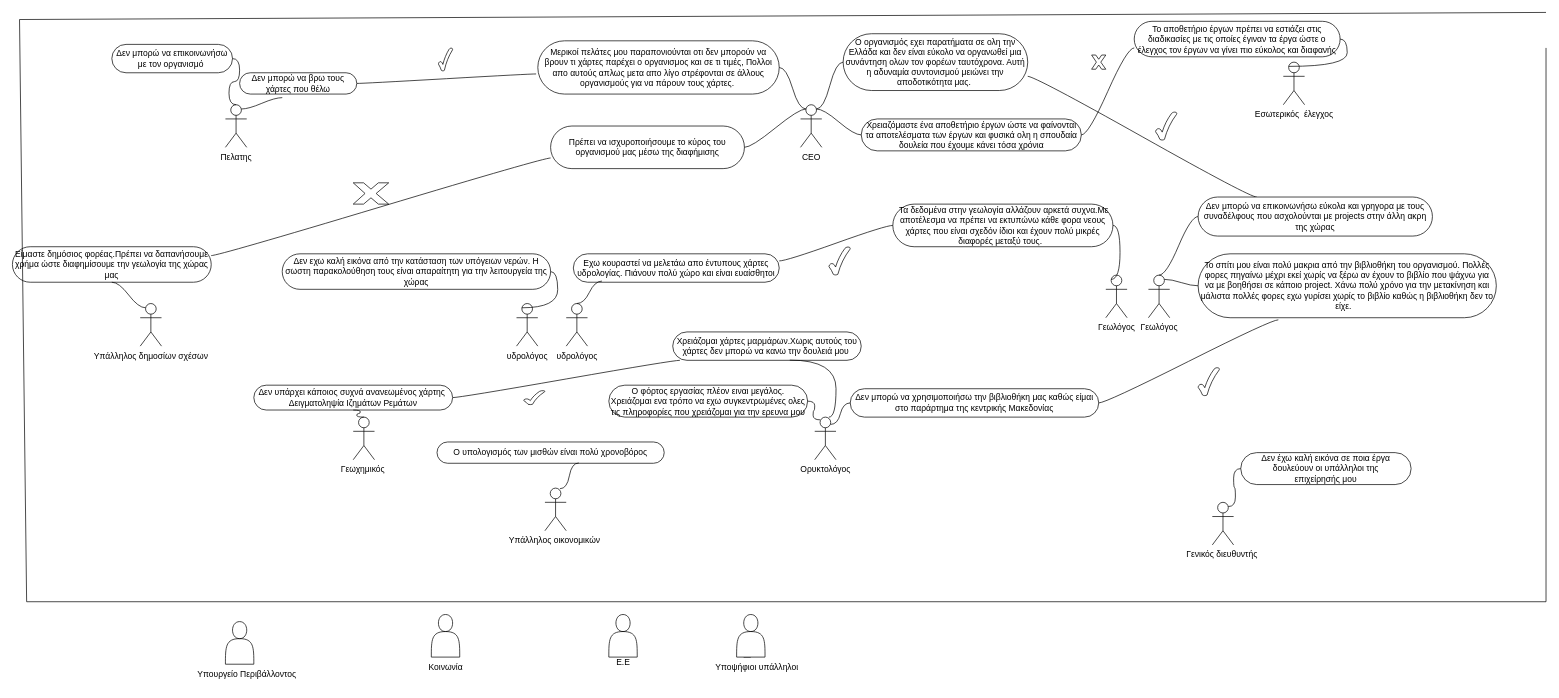
This is Ανώνυμο διάγραμμα.drawio from vag4me/Information_system, a draw.io file, before an edit. Source tidied: cells renumbered, new cells numbered last; positions are measured from the earlier drawing's top-left corner, leaving out a move shared by most shapes. Both pictures are drawn from the tidied source at 71%, with x=0, y=0 at pixel (12, 12).
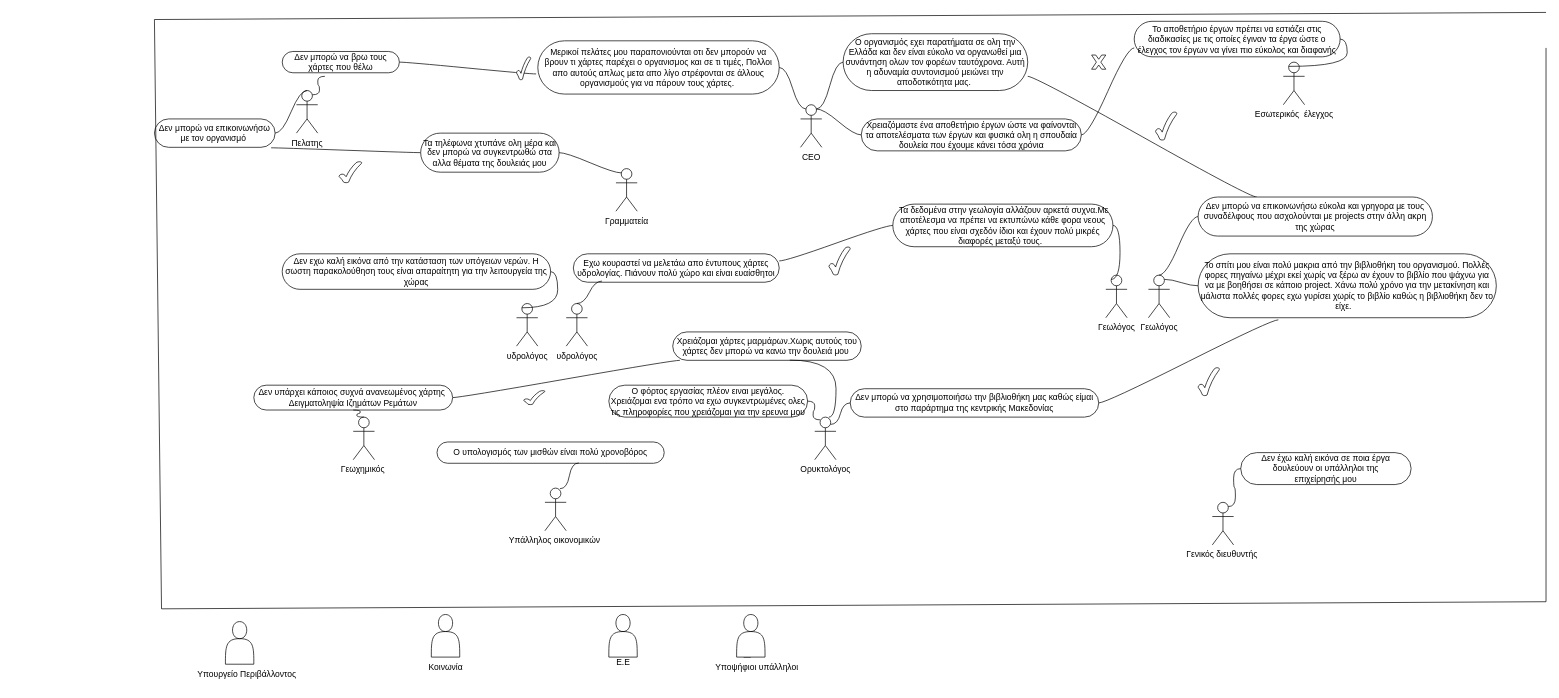
After the change.

Unchanged cells that the change refers to:
```xml
<mxCell id="2" value="CEO" style="shape=umlActor;verticalLabelPosition=bottom;verticalAlign=top;html=1;" parent="1" vertex="1">
  <mxGeometry x="1110" y="130" width="30" height="60" as="geometry" />
</mxCell>
```

Diff of the diagram source:
```diff
@@
     <mxCell id="32" value="Πελατης" style="shape=umlActor;verticalLabelPosition=bottom;verticalAlign=top;html=1;" parent="1" vertex="1">
-      <mxGeometry x="300" y="130" width="30" height="60" as="geometry" />
+      <mxGeometry x="400" y="110" width="30" height="60" as="geometry" />
     </mxCell>
     <mxCell id="33" value="Δεν μπορώ να επικοινωνήσω με τον οργανισμό&amp;nbsp;" style="whiteSpace=wrap;html=1;rounded=1;arcSize=50;align=center;verticalAlign=middle;strokeWidth=1;spacing=4;newEdgeStyle={&quot;edgeStyle&quot;:&quot;entityRelationEdgeStyle&quot;,&quot;startArrow&quot;:&quot;none&quot;,&quot;endArrow&quot;:&quot;none&quot;,&quot;segment&quot;:10,&quot;curved&quot;:1,&quot;sourcePerimeterSpacing&quot;:0,&quot;targetPerimeterSpacing&quot;:0};" parent="1" vertex="1">
-      <mxGeometry x="140" y="45" width="170" height="40" as="geometry" />
+      <mxGeometry x="200" y="150" width="170" height="40" as="geometry" />
     </mxCell>
@@
     <mxCell id="36" value="Δεν μπορώ να βρω τους χάρτες που θέλω" style="whiteSpace=wrap;html=1;rounded=1;arcSize=50;align=center;verticalAlign=middle;strokeWidth=1;spacing=4;newEdgeStyle={&quot;edgeStyle&quot;:&quot;entityRelationEdgeStyle&quot;,&quot;startArrow&quot;:&quot;none&quot;,&quot;endArrow&quot;:&quot;none&quot;,&quot;segment&quot;:10,&quot;curved&quot;:1,&quot;sourcePerimeterSpacing&quot;:0,&quot;targetPerimeterSpacing&quot;:0};" parent="1" vertex="1">
-      <mxGeometry x="320" y="85" width="165" height="30" as="geometry" />
+      <mxGeometry x="380" y="55" width="165" height="30" as="geometry" />
     </mxCell>
@@
-    <mxCell id="38" value="Υπάλληλος δημοσίων σχέσων" style="shape=umlActor;verticalLabelPosition=bottom;verticalAlign=top;html=1;" parent="1" vertex="1">
-      <mxGeometry x="180" y="410" width="30" height="60" as="geometry" />
-    </mxCell>
     <mxCell id="39" style="verticalLabelPosition=bottom;verticalAlign=top;html=1;shape=mxgraph.basic.tick;" parent="1" vertex="1">
-      <mxGeometry x="600" y="50" width="20" height="32.5" as="geometry" />
+      <mxGeometry x="710" y="62.5" width="20" height="32.5" as="geometry" />
     </mxCell>
-    <mxCell id="40" style="edgeStyle=entityRelationEdgeStyle;rounded=0;jettySize=auto;html=1;startArrow=none;endArrow=none;segment=10;curved=1;sourcePerimeterSpacing=0;targetPerimeterSpacing=0;exitX=1;exitY=0.25;exitDx=0;exitDy=0;entryX=0;entryY=0.75;entryDx=0;entryDy=0;" parent="1" edge="1" source="41" target="43">
-      <mxGeometry relative="1" as="geometry" />
-    </mxCell>
-    <mxCell id="41" value="Είμαστε δημόσιος φορέας.Πρέπει να δαπανήσουμε χρήμα ώστε διαφημίσουμε την γεωλογία της χώρας μας" style="whiteSpace=wrap;html=1;rounded=1;arcSize=50;align=center;verticalAlign=middle;strokeWidth=1;spacing=4;newEdgeStyle={&quot;edgeStyle&quot;:&quot;entityRelationEdgeStyle&quot;,&quot;startArrow&quot;:&quot;none&quot;,&quot;endArrow&quot;:&quot;none&quot;,&quot;segment&quot;:10,&quot;curved&quot;:1,&quot;sourcePerimeterSpacing&quot;:0,&quot;targetPerimeterSpacing&quot;:0};" parent="1" vertex="1">
-      <mxGeometry y="330" width="280" height="50" as="geometry" />
-    </mxCell>
-    <mxCell id="42" style="edgeStyle=entityRelationEdgeStyle;startArrow=none;endArrow=none;segment=10;curved=1;sourcePerimeterSpacing=0;targetPerimeterSpacing=0;rounded=0;exitX=0.25;exitY=0.1;exitDx=0;exitDy=0;exitPerimeter=0;entryX=0.5;entryY=1;entryDx=0;entryDy=0;" parent="1" edge="1" source="38" target="41">
-      <mxGeometry relative="1" as="geometry" />
-    </mxCell>
-    <mxCell id="43" value="Πρέπει να ισχυροποιήσουμε το κύρος του οργανισμού μας μέσω της διαφήμισης" style="whiteSpace=wrap;html=1;rounded=1;arcSize=50;align=center;verticalAlign=middle;strokeWidth=1;spacing=4;newEdgeStyle={&quot;edgeStyle&quot;:&quot;entityRelationEdgeStyle&quot;,&quot;startArrow&quot;:&quot;none&quot;,&quot;endArrow&quot;:&quot;none&quot;,&quot;segment&quot;:10,&quot;curved&quot;:1,&quot;sourcePerimeterSpacing&quot;:0,&quot;targetPerimeterSpacing&quot;:0};" parent="1" vertex="1">
-      <mxGeometry x="758" y="160" width="273" height="60" as="geometry" />
-    </mxCell>
-    <mxCell id="44" style="edgeStyle=entityRelationEdgeStyle;startArrow=none;endArrow=none;segment=10;curved=1;sourcePerimeterSpacing=0;targetPerimeterSpacing=0;rounded=0;exitX=0.25;exitY=0.1;exitDx=0;exitDy=0;exitPerimeter=0;" parent="1" edge="1" source="2" target="43">
-      <mxGeometry relative="1" as="geometry" />
-    </mxCell>
-    <mxCell id="45" style="verticalLabelPosition=bottom;verticalAlign=top;html=1;shape=mxgraph.basic.x;" parent="1" vertex="1">
-      <mxGeometry x="480" y="240" width="50" height="30" as="geometry" />
-    </mxCell>
@@
     <mxCell id="62" style="endArrow=none;html=1;rounded=0;" parent="1" edge="1">
       <mxGeometry relative="1" as="geometry">
         <mxPoint x="2160" y="50" as="sourcePoint" />
         <mxPoint x="2160" as="targetPoint" />
         <Array as="points">
           <mxPoint x="2160" y="830" />
-          <mxPoint x="20" y="830" />
-          <mxPoint x="10" y="10" />
+          <mxPoint x="210" y="840" />
+          <mxPoint x="200" y="10" />
         </Array>
       </mxGeometry>
     </mxCell>
@@
+    <mxCell id="76" value="Γραμματεία" style="shape=umlActor;verticalLabelPosition=bottom;verticalAlign=top;html=1;outlineConnect=0;" parent="1" vertex="1">
+      <mxGeometry x="850" y="220" width="30" height="60" as="geometry" />
+    </mxCell>
+    <mxCell id="77" style="edgeStyle=entityRelationEdgeStyle;rounded=0;jettySize=auto;html=1;startArrow=none;endArrow=none;segment=10;curved=1;sourcePerimeterSpacing=0;targetPerimeterSpacing=0;exitX=0;exitY=0.5;exitDx=0;exitDy=0;entryX=0.967;entryY=1.017;entryDx=0;entryDy=0;entryPerimeter=0;" parent="1" edge="1" source="78" target="33">
+      <mxGeometry relative="1" as="geometry" />
+    </mxCell>
+    <mxCell id="78" value="Τα τηλέφωνα χτυπάνε ολη μέρα και δεν μπορώ να συγκεντρωθώ στα αλλα θέματα της δουλειάς μου" style="whiteSpace=wrap;html=1;rounded=1;arcSize=50;align=center;verticalAlign=middle;strokeWidth=1;spacing=4;newEdgeStyle={&quot;edgeStyle&quot;:&quot;entityRelationEdgeStyle&quot;,&quot;startArrow&quot;:&quot;none&quot;,&quot;endArrow&quot;:&quot;none&quot;,&quot;segment&quot;:10,&quot;curved&quot;:1,&quot;sourcePerimeterSpacing&quot;:0,&quot;targetPerimeterSpacing&quot;:0};" parent="1" vertex="1">
+      <mxGeometry x="575" y="170" width="195" height="55" as="geometry" />
+    </mxCell>
+    <mxCell id="79" style="edgeStyle=entityRelationEdgeStyle;startArrow=none;endArrow=none;segment=10;curved=1;sourcePerimeterSpacing=0;targetPerimeterSpacing=0;rounded=0;exitX=0.25;exitY=0.1;exitDx=0;exitDy=0;exitPerimeter=0;" parent="1" edge="1" source="76" target="78">
+      <mxGeometry relative="1" as="geometry" />
+    </mxCell>
+    <mxCell id="80" style="verticalLabelPosition=bottom;verticalAlign=top;html=1;shape=mxgraph.basic.tick;" parent="1" vertex="1">
+      <mxGeometry x="460" y="210" width="32" height="30" as="geometry" />
+    </mxCell>
```
